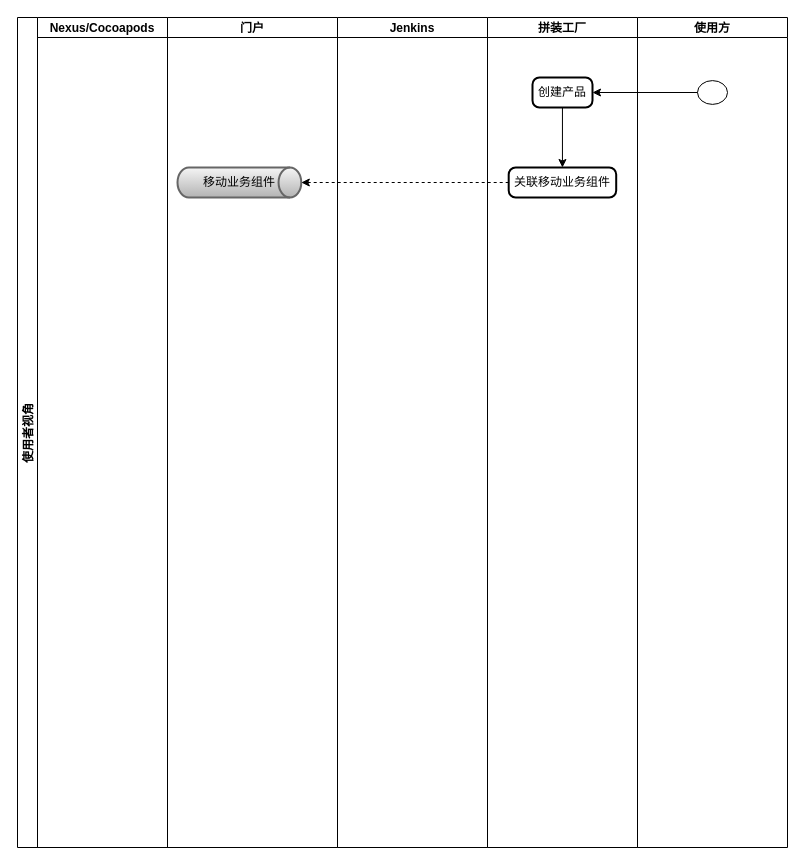
This is page "第 6 页" (6 of 6) of assembly-factory.drawio from kwhitestone/drawio, a draw.io file, before an edit. Source tidied: cells renumbered, new cells numbered last; positions are measured from the earlier drawing's top-left corner, leaving out a move shared by most shapes. Both pictures are drawn from the tidied source at 100%, with x=0, y=0 at pixel (17, 17).
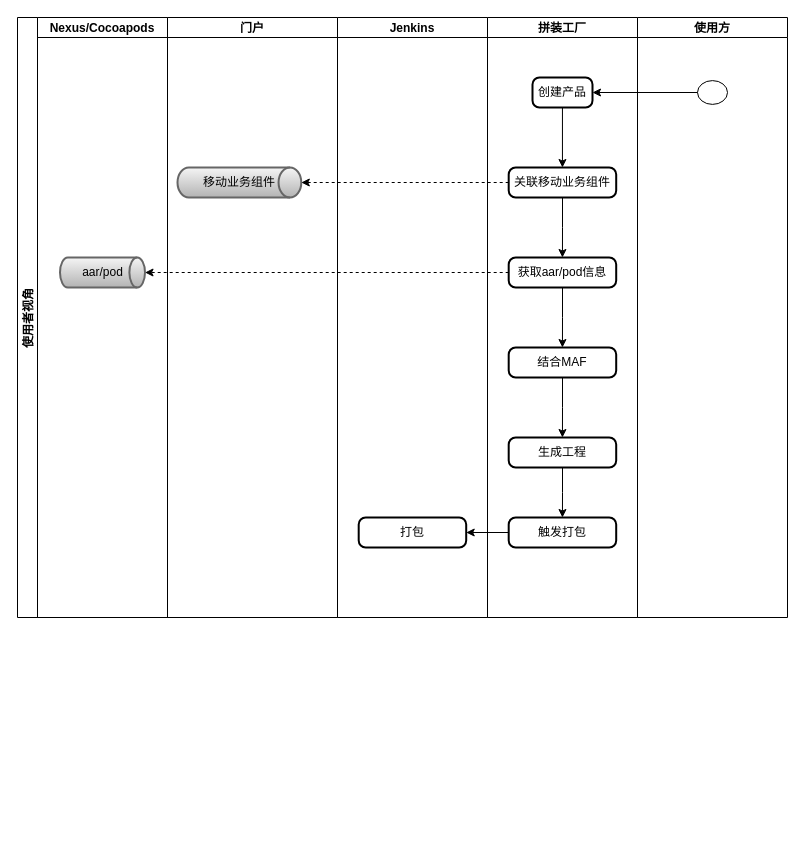
After the change.

Unchanged cells that the change refers to:
```xml
<mxCell id="10" value="关联移动业务组件" style="rounded=1;whiteSpace=wrap;html=1;absoluteArcSize=1;arcSize=14;strokeWidth=2;" parent="7" vertex="1">
  <mxGeometry x="21.2" y="150" width="107.5" height="30" as="geometry" />
</mxCell>
```

Change to the diagram source:
```diff
@@
     <mxCell id="2" value="使用者视角" style="swimlane;startSize=20;horizontal=0;" parent="1" vertex="1">
-      <mxGeometry width="150" height="830" as="geometry" />
+      <mxGeometry width="150" height="600" as="geometry" />
     </mxCell>
     <mxCell id="3" value="Nexus/Cocoapods" style="swimlane;startSize=20;" parent="2" vertex="1">
-      <mxGeometry x="20" width="130" height="830" as="geometry" />
+      <mxGeometry x="20" width="130" height="600" as="geometry" />
     </mxCell>
+    <mxCell id="15" value="aar/pod" style="strokeWidth=2;html=1;shape=mxgraph.flowchart.direct_data;whiteSpace=wrap;fillColor=#f5f5f5;strokeColor=#666666;gradientColor=#b3b3b3;" parent="3" vertex="1">
+      <mxGeometry x="22.5" y="240" width="85" height="30" as="geometry" />
+    </mxCell>
     <mxCell id="4" value="门户" style="swimlane;startSize=20;" parent="1" vertex="1">
-      <mxGeometry x="150" width="170" height="830" as="geometry" />
+      <mxGeometry x="150" width="170" height="600" as="geometry" />
     </mxCell>
@@
     <mxCell id="6" value="Jenkins" style="swimlane;startSize=20;" parent="1" vertex="1">
-      <mxGeometry x="320" width="150" height="830" as="geometry" />
+      <mxGeometry x="320" width="150" height="600" as="geometry" />
     </mxCell>
+    <mxCell id="16" value="打包" style="rounded=1;whiteSpace=wrap;html=1;absoluteArcSize=1;arcSize=14;strokeWidth=2;" parent="6" vertex="1">
+      <mxGeometry x="21.2" y="500" width="107.5" height="30" as="geometry" />
+    </mxCell>
     <mxCell id="7" value="拼装工厂" style="swimlane;startSize=20;" parent="1" vertex="1">
-      <mxGeometry x="470" width="150" height="830" as="geometry" />
+      <mxGeometry x="470" width="150" height="600" as="geometry" />
     </mxCell>
@@
+    <mxCell id="17" style="edgeStyle=orthogonalEdgeStyle;rounded=0;jettySize=auto;html=1;entryX=0.5;entryY=0;entryDx=0;entryDy=0;" parent="7" edge="1" source="10" target="19">
+      <mxGeometry relative="1" as="geometry" />
+    </mxCell>
@@
+    <mxCell id="18" style="edgeStyle=orthogonalEdgeStyle;rounded=0;jettySize=auto;html=1;entryX=0.5;entryY=0;entryDx=0;entryDy=0;" parent="7" edge="1" source="19" target="21">
+      <mxGeometry relative="1" as="geometry" />
+    </mxCell>
+    <mxCell id="19" value="获取aar/pod信息" style="rounded=1;whiteSpace=wrap;html=1;absoluteArcSize=1;arcSize=14;strokeWidth=2;" parent="7" vertex="1">
+      <mxGeometry x="21.2" y="240" width="107.5" height="30" as="geometry" />
+    </mxCell>
+    <mxCell id="20" style="edgeStyle=orthogonalEdgeStyle;rounded=0;jettySize=auto;html=1;entryX=0.5;entryY=0;entryDx=0;entryDy=0;" parent="7" edge="1" source="21" target="23">
+      <mxGeometry relative="1" as="geometry" />
+    </mxCell>
+    <mxCell id="21" value="结合MAF" style="rounded=1;whiteSpace=wrap;html=1;absoluteArcSize=1;arcSize=14;strokeWidth=2;" parent="7" vertex="1">
+      <mxGeometry x="21.2" y="330" width="107.5" height="30" as="geometry" />
+    </mxCell>
+    <mxCell id="22" style="edgeStyle=orthogonalEdgeStyle;rounded=0;jettySize=auto;html=1;entryX=0.5;entryY=0;entryDx=0;entryDy=0;" parent="7" edge="1" source="23" target="24">
+      <mxGeometry relative="1" as="geometry" />
+    </mxCell>
+    <mxCell id="23" value="生成工程" style="rounded=1;whiteSpace=wrap;html=1;absoluteArcSize=1;arcSize=14;strokeWidth=2;" parent="7" vertex="1">
+      <mxGeometry x="21.2" y="420" width="107.5" height="30" as="geometry" />
+    </mxCell>
+    <mxCell id="24" value="触发打包" style="rounded=1;whiteSpace=wrap;html=1;absoluteArcSize=1;arcSize=14;strokeWidth=2;" parent="7" vertex="1">
+      <mxGeometry x="21.2" y="500" width="107.5" height="30" as="geometry" />
+    </mxCell>
     <mxCell id="11" value="使用方" style="swimlane;startSize=20;" parent="1" vertex="1">
-      <mxGeometry x="620" width="150" height="830" as="geometry" />
+      <mxGeometry x="620" width="150" height="600" as="geometry" />
     </mxCell>
@@
+    <mxCell id="25" style="edgeStyle=orthogonalEdgeStyle;rounded=0;jettySize=auto;html=1;entryX=1;entryY=0.5;entryDx=0;entryDy=0;entryPerimeter=0;dashed=1;" parent="1" edge="1" source="19" target="15">
+      <mxGeometry relative="1" as="geometry" />
+    </mxCell>
+    <mxCell id="26" style="edgeStyle=orthogonalEdgeStyle;rounded=0;jettySize=auto;html=1;entryX=1;entryY=0.5;entryDx=0;entryDy=0;" parent="1" edge="1" source="24" target="16">
+      <mxGeometry relative="1" as="geometry" />
+    </mxCell>
```
